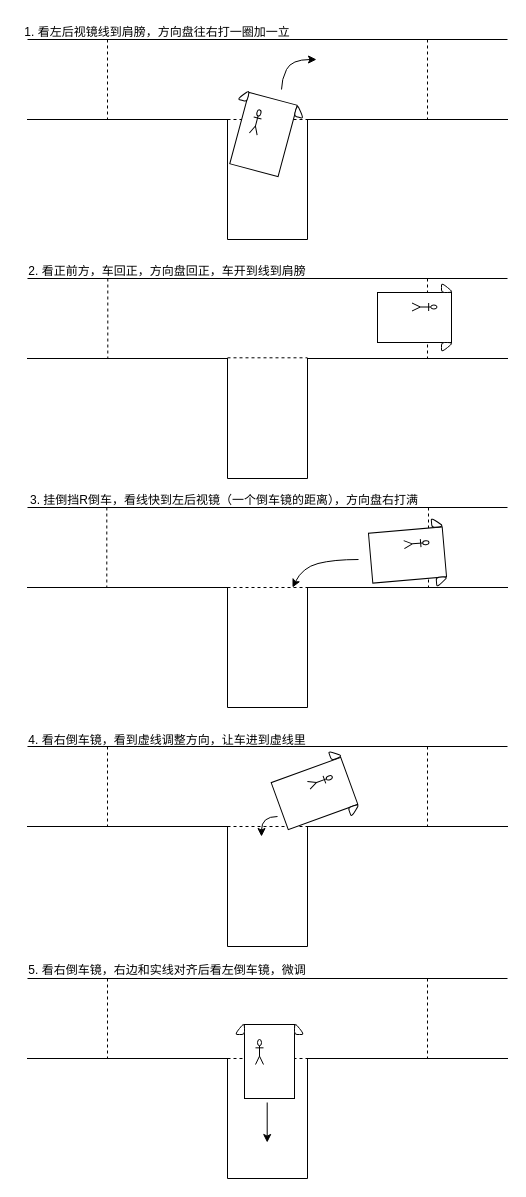
Earlier version of the draw.io diagram 倒车入库.drawio (liaihui666/sayhello). Source tidied: cells renumbered, new cells numbered last; positions are measured from the earlier drawing's top-left corner, leaving out a move shared by most shapes. Both pictures are drawn from the tidied source at 100%, with x=0, y=0 at pixel (17, 17).
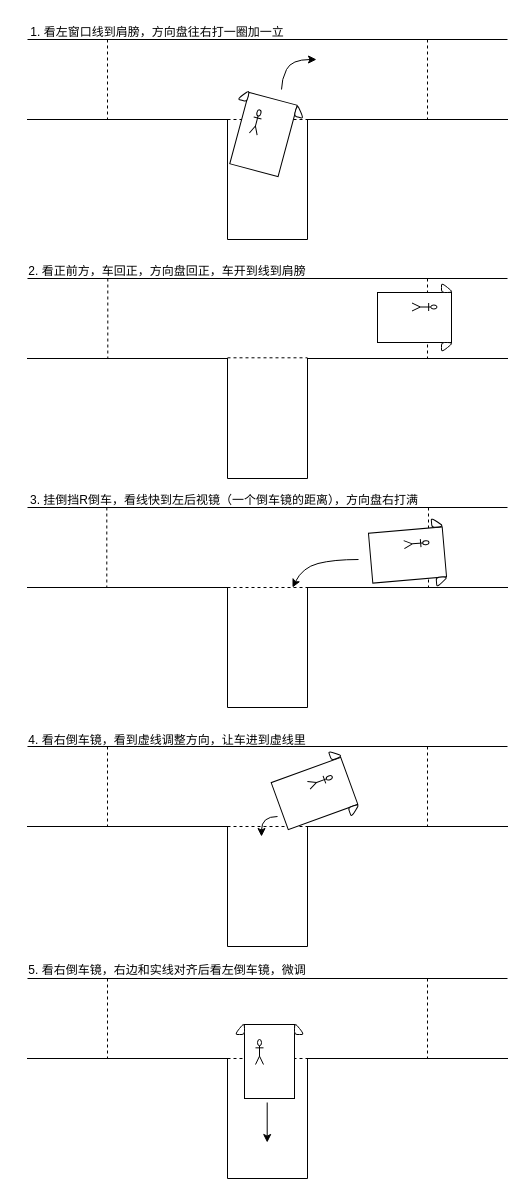
The same diagram, later.

Commit message (it also covers changes not shown here):
更新倒车入库.drawio

Change to the diagram source:
```diff
@@
-    <mxCell id="18" value="1. 看左后视镜线到肩膀，方向盘往右打一圈加一立" style="text;html=1;strokeColor=none;fillColor=none;align=center;verticalAlign=middle;whiteSpace=wrap;rounded=0;" parent="1" vertex="1">
+    <mxCell id="18" value="1. 看左窗口线到肩膀，方向盘往右打一圈加一立" style="text;html=1;strokeColor=none;fillColor=none;align=center;verticalAlign=middle;whiteSpace=wrap;rounded=0;" parent="1" vertex="1">
       <mxGeometry width="280" height="30" as="geometry" />
     </mxCell>
```
